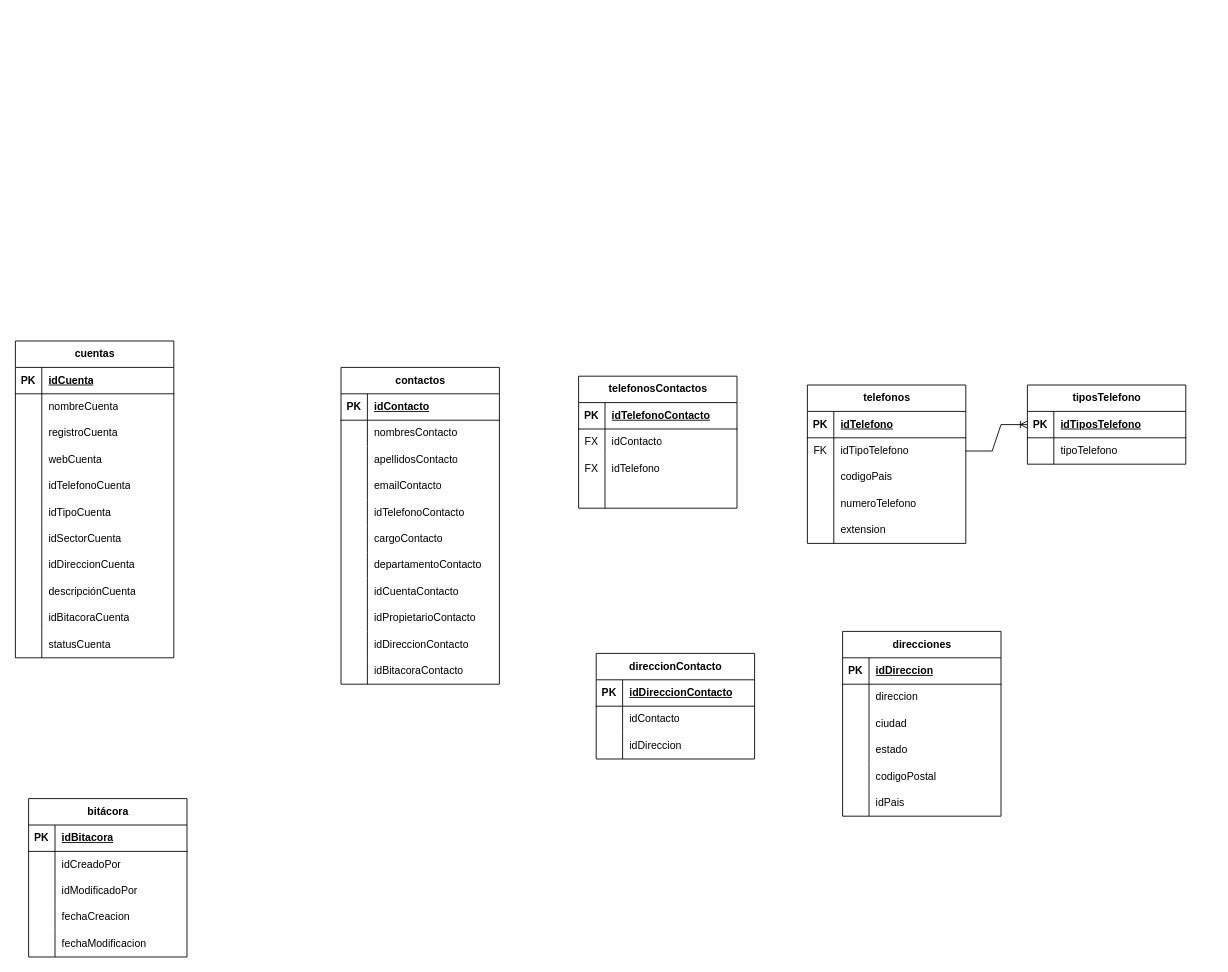
Before: bd people.drawio in ocpdata/BDPeople, a draw.io diagram. Source tidied: cells renumbered, new cells numbered last; positions are measured from the earlier drawing's top-left corner, leaving out a move shared by most shapes. Both pictures are drawn from the tidied source at 88%, with x=0, y=0 at pixel (15, 341).
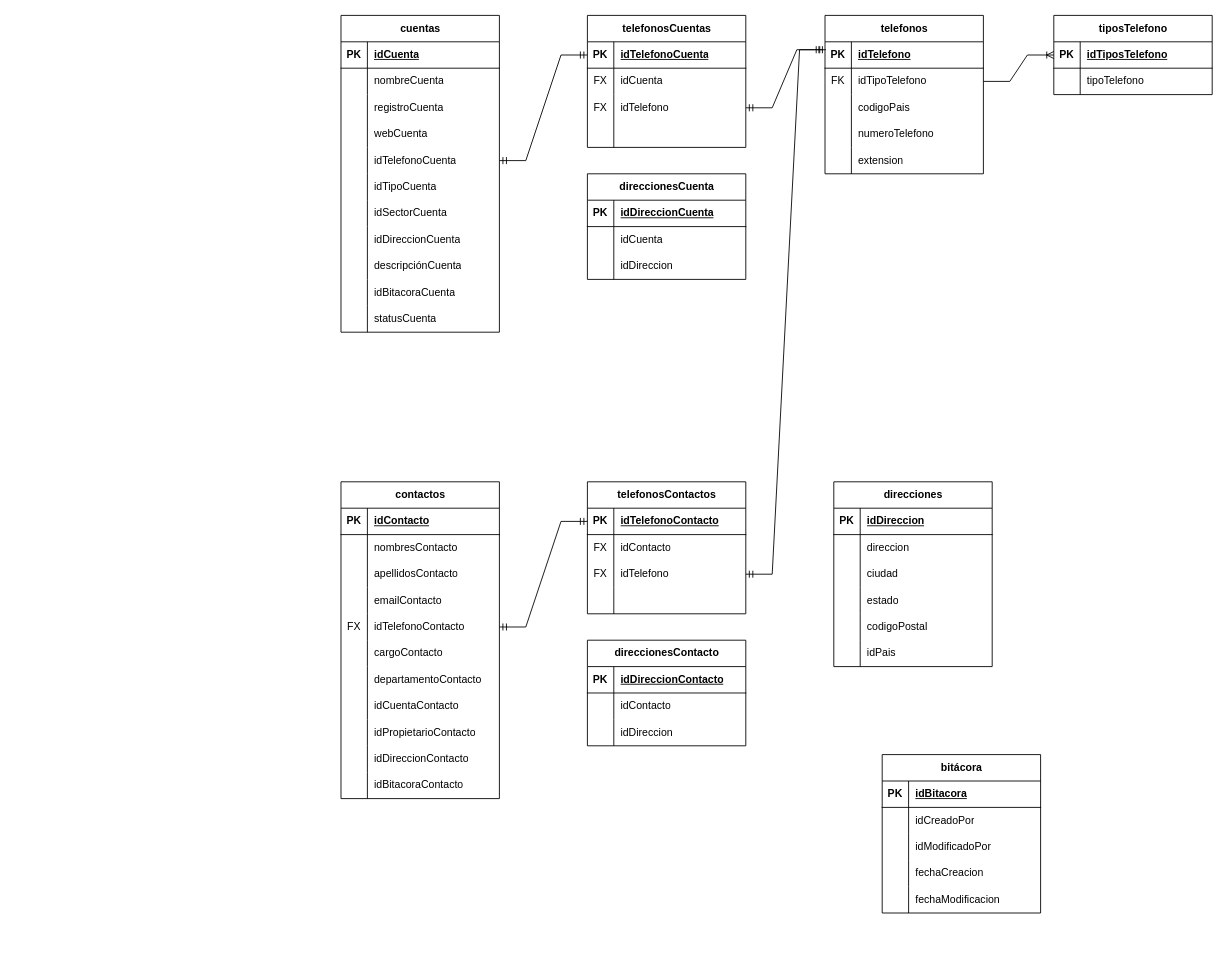
After the change.

Unchanged cells that the change refers to:
```xml
<mxCell id="15" style="shape=tableRow;horizontal=0;startSize=0;swimlaneHead=0;swimlaneBody=0;fillColor=none;points=[[0,0.5],[1,0.5]];portConstraint=eastwest;top=0;left=0;right=0;bottom=0;" parent="2" vertex="1">
  <mxGeometry y="150" width="180" height="30" as="geometry" />
</mxCell>
<mxCell id="49" style="shape=tableRow;horizontal=0;startSize=0;swimlaneHead=0;swimlaneBody=0;fillColor=none;points=[[0,0.5],[1,0.5]];portConstraint=eastwest;top=0;left=0;right=0;bottom=0;" parent="36" vertex="1">
  <mxGeometry y="150" width="180" height="30" as="geometry" />
</mxCell>
<mxCell id="106" style="shape=tableRow;horizontal=0;startSize=0;swimlaneHead=0;swimlaneBody=0;fillColor=none;points=[[0,0.5],[1,0.5]];portConstraint=eastwest;top=0;left=0;right=0;bottom=1;" parent="105" vertex="1">
  <mxGeometry y="30" width="180" height="30" as="geometry" />
</mxCell>
<mxCell id="140" style="shape=tableRow;horizontal=0;startSize=0;swimlaneHead=0;swimlaneBody=0;fillColor=none;points=[[0,0.5],[1,0.5]];portConstraint=eastwest;top=0;left=0;right=0;bottom=1;" parent="139" vertex="1">
  <mxGeometry y="30" width="180" height="30" as="geometry" />
</mxCell>
<mxCell id="146" style="shape=tableRow;horizontal=0;startSize=0;swimlaneHead=0;swimlaneBody=0;fillColor=none;points=[[0,0.5],[1,0.5]];portConstraint=eastwest;top=0;left=0;right=0;bottom=0;" parent="139" vertex="1">
  <mxGeometry y="90" width="180" height="30" as="geometry" />
</mxCell>
```

Change to the diagram source:
```diff
@@
     <mxCell id="2" value="cuentas" style="shape=table;startSize=30;childLayout=tableLayout;rowLines=0;fontStyle=1;align=center;html=1;" parent="1" vertex="1">
-      <mxGeometry width="180" height="360" as="geometry" />
+      <mxGeometry x="370" y="-370" width="180" height="360" as="geometry" />
     </mxCell>
@@
     <mxCell id="36" value="contactos" style="shape=table;startSize=30;childLayout=tableLayout;rowLines=0;fontStyle=1;align=center;html=1;" parent="1" vertex="1">
-      <mxGeometry x="370" y="30" width="180" height="360" as="geometry" />
+      <mxGeometry x="370" y="160" width="180" height="360" as="geometry" />
     </mxCell>
@@
-    <mxCell id="50" style="shape=partialRectangle;fillColor=none;top=0;left=0;bottom=0;right=0;overflow=hidden;whiteSpace=wrap;html=1;" parent="49" vertex="1">
+    <mxCell id="50" value="FX" style="shape=partialRectangle;fillColor=none;top=0;left=0;bottom=0;right=0;overflow=hidden;whiteSpace=wrap;html=1;" parent="49" vertex="1">
       <mxGeometry width="30" height="30" as="geometry" />
     </mxCell>
@@
     <mxCell id="70" value="direcciones" style="shape=table;startSize=30;childLayout=tableLayout;rowLines=0;fontStyle=1;align=center;html=1;" parent="1" vertex="1">
-      <mxGeometry x="940" y="330" width="180" height="210" as="geometry" />
+      <mxGeometry x="930" y="160" width="180" height="210" as="geometry" />
     </mxCell>
@@
     <mxCell id="89" value="bitácora" style="shape=table;startSize=30;childLayout=tableLayout;rowLines=0;fontStyle=1;align=center;html=1;" parent="1" vertex="1">
-      <mxGeometry x="15" y="520" width="180" height="180" as="geometry" />
+      <mxGeometry x="985" y="470" width="180" height="180" as="geometry" />
     </mxCell>
@@
     <mxCell id="105" value="telefonos" style="shape=table;startSize=30;childLayout=tableLayout;rowLines=0;fontStyle=1;align=center;html=1;" parent="1" vertex="1">
-      <mxGeometry x="900" y="50" width="180" height="180" as="geometry" />
+      <mxGeometry x="920" y="-370" width="180" height="180" as="geometry" />
     </mxCell>
@@
     <mxCell id="121" value="tiposTelefono" style="shape=table;startSize=30;childLayout=tableLayout;rowLines=0;fontStyle=1;align=center;html=1;" parent="1" vertex="1">
-      <mxGeometry x="1150" y="50" width="180" height="90" as="geometry" />
+      <mxGeometry x="1180" y="-370" width="180" height="90" as="geometry" />
     </mxCell>
@@
-    <mxCell id="129" value="direccionContacto" style="shape=table;startSize=30;childLayout=tableLayout;rowLines=0;fontStyle=1;align=center;html=1;" parent="1" vertex="1">
-      <mxGeometry x="660" y="355" width="180" height="120" as="geometry" />
+    <mxCell id="129" value="direccionesContacto" style="shape=table;startSize=30;childLayout=tableLayout;rowLines=0;fontStyle=1;align=center;html=1;" parent="1" vertex="1">
+      <mxGeometry x="650" y="340" width="180" height="120" as="geometry" />
     </mxCell>
@@
     <mxCell id="139" value="telefonosContactos" style="shape=table;startSize=30;childLayout=tableLayout;rowLines=0;fontStyle=1;align=center;html=1;" parent="1" vertex="1">
-      <mxGeometry x="640" y="40" width="180" height="150" as="geometry" />
+      <mxGeometry x="650" y="160" width="180" height="150" as="geometry" />
     </mxCell>
@@
+    <mxCell id="152" style="edgeStyle=entityRelationEdgeStyle;fontSize=12;html=1;endArrow=ERmandOne;startArrow=ERmandOne;rounded=0;exitX=1;exitY=0.5;exitDx=0;exitDy=0;entryX=0;entryY=0.5;entryDx=0;entryDy=0;" parent="1" edge="1" source="49" target="140">
+      <mxGeometry relative="1" as="geometry" />
+    </mxCell>
+    <mxCell id="153" style="edgeStyle=entityRelationEdgeStyle;fontSize=12;html=1;endArrow=ERmandOne;startArrow=ERmandOne;rounded=0;exitX=1;exitY=0.5;exitDx=0;exitDy=0;entryX=0.006;entryY=0.3;entryDx=0;entryDy=0;entryPerimeter=0;" parent="1" edge="1" source="146" target="106">
+      <mxGeometry relative="1" as="geometry" />
+    </mxCell>
+    <mxCell id="154" value="telefonosCuentas" style="shape=table;startSize=30;childLayout=tableLayout;rowLines=0;fontStyle=1;align=center;html=1;" parent="1" vertex="1">
+      <mxGeometry x="650" y="-370" width="180" height="150" as="geometry" />
+    </mxCell>
+    <mxCell id="155" style="shape=tableRow;horizontal=0;startSize=0;swimlaneHead=0;swimlaneBody=0;fillColor=none;points=[[0,0.5],[1,0.5]];portConstraint=eastwest;top=0;left=0;right=0;bottom=1;" parent="154" vertex="1">
+      <mxGeometry y="30" width="180" height="30" as="geometry" />
+    </mxCell>
+    <mxCell id="156" value="PK" style="shape=partialRectangle;fillColor=none;top=0;left=0;bottom=0;right=0;fontStyle=1;overflow=hidden;whiteSpace=wrap;html=1;" parent="155" vertex="1">
+      <mxGeometry width="30" height="30" as="geometry" />
+    </mxCell>
+    <mxCell id="157" value="idTelefonoCuenta" style="shape=partialRectangle;fillColor=none;top=0;left=0;bottom=0;right=0;align=left;spacingLeft=6;fontStyle=5;overflow=hidden;whiteSpace=wrap;html=1;" parent="155" vertex="1">
+      <mxGeometry x="30" width="150" height="30" as="geometry" />
+    </mxCell>
+    <mxCell id="158" style="shape=tableRow;horizontal=0;startSize=0;swimlaneHead=0;swimlaneBody=0;fillColor=none;top=0;left=0;right=0;bottom=0;" parent="154" vertex="1">
+      <mxGeometry y="60" width="180" height="30" as="geometry" />
+    </mxCell>
+    <mxCell id="159" value="FX" style="shape=partialRectangle;fillColor=none;top=0;left=0;bottom=0;right=0;overflow=hidden;whiteSpace=wrap;html=1;" parent="158" vertex="1">
+      <mxGeometry width="30" height="30" as="geometry" />
+    </mxCell>
+    <mxCell id="160" value="idCuenta" style="shape=partialRectangle;fillColor=none;top=0;left=0;bottom=0;right=0;align=left;spacingLeft=6;overflow=hidden;whiteSpace=wrap;html=1;" parent="158" vertex="1">
+      <mxGeometry x="30" width="150" height="30" as="geometry" />
+    </mxCell>
+    <mxCell id="161" style="shape=tableRow;horizontal=0;startSize=0;swimlaneHead=0;swimlaneBody=0;fillColor=none;points=[[0,0.5],[1,0.5]];portConstraint=eastwest;top=0;left=0;right=0;bottom=0;" parent="154" vertex="1">
+      <mxGeometry y="90" width="180" height="30" as="geometry" />
+    </mxCell>
+    <mxCell id="162" value="FX" style="shape=partialRectangle;fillColor=none;top=0;left=0;bottom=0;right=0;overflow=hidden;whiteSpace=wrap;html=1;" parent="161" vertex="1">
+      <mxGeometry width="30" height="30" as="geometry" />
+    </mxCell>
+    <mxCell id="163" value="idTelefono" style="shape=partialRectangle;fillColor=none;top=0;left=0;bottom=0;right=0;align=left;spacingLeft=6;overflow=hidden;whiteSpace=wrap;html=1;" parent="161" vertex="1">
+      <mxGeometry x="30" width="150" height="30" as="geometry" />
+    </mxCell>
+    <mxCell id="164" style="shape=tableRow;horizontal=0;startSize=0;swimlaneHead=0;swimlaneBody=0;fillColor=none;top=0;left=0;right=0;bottom=0;" parent="154" vertex="1">
+      <mxGeometry y="120" width="180" height="30" as="geometry" />
+    </mxCell>
+    <mxCell id="165" style="shape=partialRectangle;fillColor=none;top=0;left=0;bottom=0;right=0;overflow=hidden;whiteSpace=wrap;html=1;" parent="164" vertex="1">
+      <mxGeometry width="30" height="30" as="geometry" />
+    </mxCell>
+    <mxCell id="166" style="shape=partialRectangle;fillColor=none;top=0;left=0;bottom=0;right=0;align=left;spacingLeft=6;overflow=hidden;whiteSpace=wrap;html=1;" parent="164" vertex="1">
+      <mxGeometry x="30" width="150" height="30" as="geometry" />
+    </mxCell>
+    <mxCell id="167" style="edgeStyle=entityRelationEdgeStyle;fontSize=12;html=1;endArrow=ERmandOne;startArrow=ERmandOne;rounded=0;exitX=1;exitY=0.5;exitDx=0;exitDy=0;entryX=-0.011;entryY=0.3;entryDx=0;entryDy=0;entryPerimeter=0;" parent="1" edge="1" source="161" target="106">
+      <mxGeometry relative="1" as="geometry" />
+    </mxCell>
+    <mxCell id="168" style="edgeStyle=entityRelationEdgeStyle;fontSize=12;html=1;endArrow=ERmandOne;startArrow=ERmandOne;rounded=0;exitX=1;exitY=0.5;exitDx=0;exitDy=0;entryX=0;entryY=0.5;entryDx=0;entryDy=0;" parent="1" edge="1" source="15" target="155">
+      <mxGeometry relative="1" as="geometry" />
+    </mxCell>
+    <mxCell id="169" value="direccionesCuenta" style="shape=table;startSize=30;childLayout=tableLayout;rowLines=0;fontStyle=1;align=center;html=1;" parent="1" vertex="1">
+      <mxGeometry x="650" y="-190" width="180" height="120" as="geometry" />
+    </mxCell>
+    <mxCell id="170" style="shape=tableRow;horizontal=0;startSize=0;swimlaneHead=0;swimlaneBody=0;fillColor=none;top=0;left=0;right=0;bottom=1;" parent="169" vertex="1">
+      <mxGeometry y="30" width="180" height="30" as="geometry" />
+    </mxCell>
+    <mxCell id="171" value="PK" style="shape=partialRectangle;fillColor=none;top=0;left=0;bottom=0;right=0;fontStyle=1;overflow=hidden;whiteSpace=wrap;html=1;" parent="170" vertex="1">
+      <mxGeometry width="30" height="30" as="geometry" />
+    </mxCell>
+    <mxCell id="172" value="idDireccionCuenta" style="shape=partialRectangle;fillColor=none;top=0;left=0;bottom=0;right=0;align=left;spacingLeft=6;fontStyle=5;overflow=hidden;whiteSpace=wrap;html=1;" parent="170" vertex="1">
+      <mxGeometry x="30" width="150" height="30" as="geometry" />
+    </mxCell>
+    <mxCell id="173" style="shape=tableRow;horizontal=0;startSize=0;swimlaneHead=0;swimlaneBody=0;fillColor=none;top=0;left=0;right=0;bottom=0;" parent="169" vertex="1">
+      <mxGeometry y="60" width="180" height="30" as="geometry" />
+    </mxCell>
+    <mxCell id="174" style="shape=partialRectangle;fillColor=none;top=0;left=0;bottom=0;right=0;overflow=hidden;whiteSpace=wrap;html=1;" parent="173" vertex="1">
+      <mxGeometry width="30" height="30" as="geometry" />
+    </mxCell>
+    <mxCell id="175" value="idCuenta" style="shape=partialRectangle;fillColor=none;top=0;left=0;bottom=0;right=0;align=left;spacingLeft=6;overflow=hidden;whiteSpace=wrap;html=1;" parent="173" vertex="1">
+      <mxGeometry x="30" width="150" height="30" as="geometry" />
+    </mxCell>
+    <mxCell id="176" style="shape=tableRow;horizontal=0;startSize=0;swimlaneHead=0;swimlaneBody=0;fillColor=none;top=0;left=0;right=0;bottom=0;" parent="169" vertex="1">
+      <mxGeometry y="90" width="180" height="30" as="geometry" />
+    </mxCell>
+    <mxCell id="177" style="shape=partialRectangle;fillColor=none;top=0;left=0;bottom=0;right=0;overflow=hidden;whiteSpace=wrap;html=1;" parent="176" vertex="1">
+      <mxGeometry width="30" height="30" as="geometry" />
+    </mxCell>
+    <mxCell id="178" value="idDireccion" style="shape=partialRectangle;fillColor=none;top=0;left=0;bottom=0;right=0;align=left;spacingLeft=6;overflow=hidden;whiteSpace=wrap;html=1;" parent="176" vertex="1">
+      <mxGeometry x="30" width="150" height="30" as="geometry" />
+    </mxCell>
```
